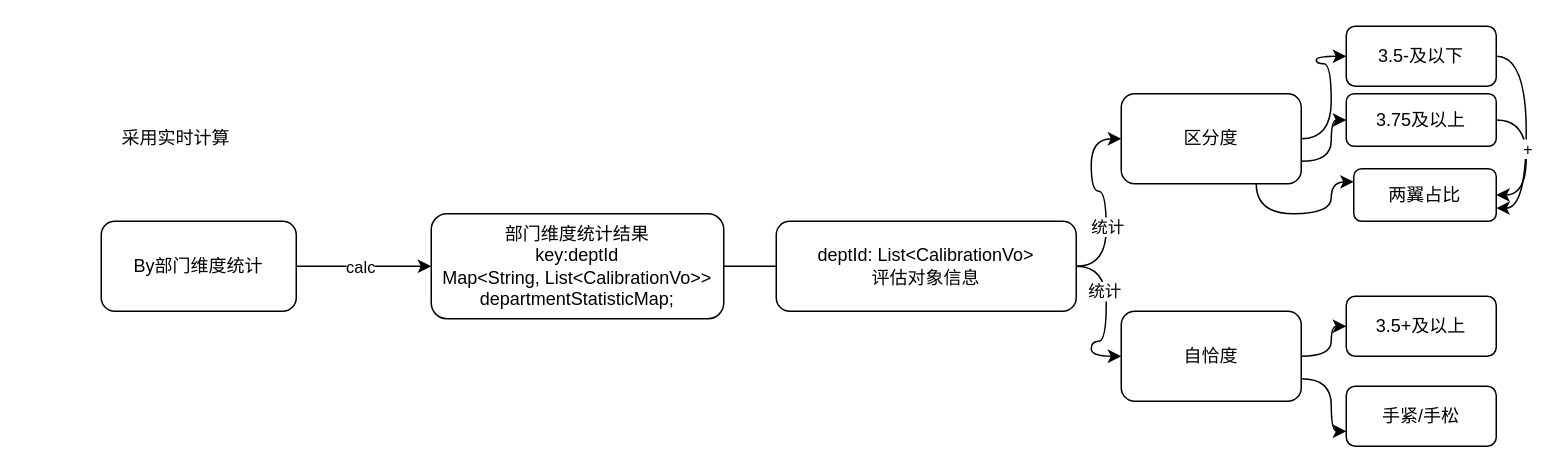
The draw.io diagram page "第 8 页" (8 of 8) of Untitled Diagram.drawio in JnCaoxia/java-learn, before the edit. Source tidied: cells renumbered, new cells numbered last; positions are measured from the earlier drawing's top-left corner, leaving out a move shared by most shapes. Both pictures are drawn from the tidied source at 150%, with x=0, y=0 at pixel (100, 26).
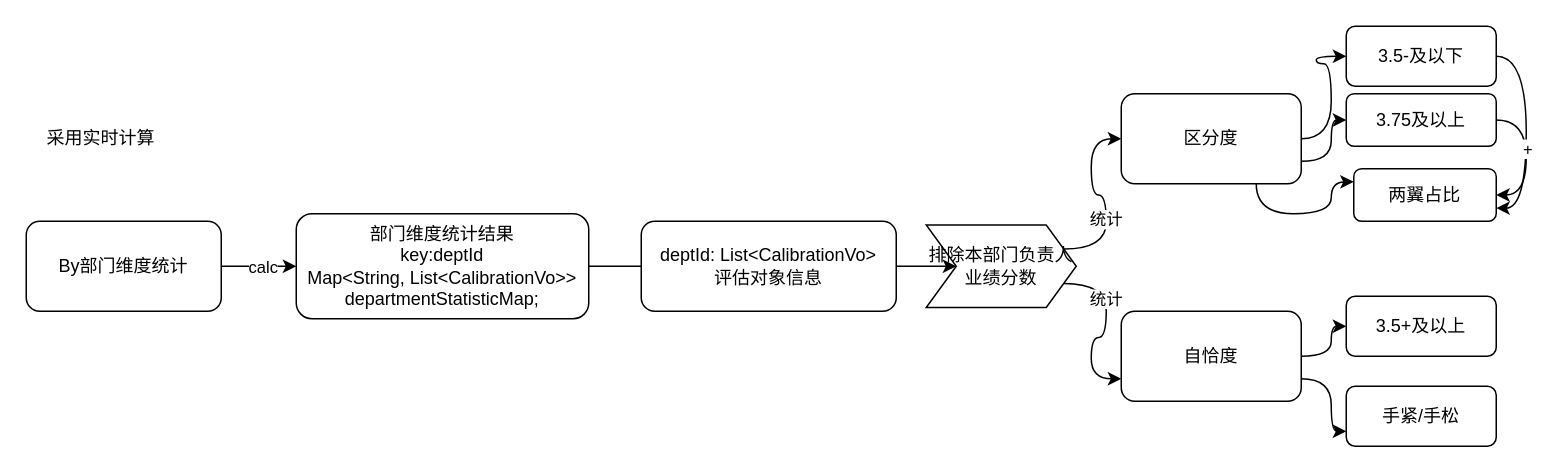
After the change.

Unchanged cells that the change refers to:
```xml
<mxCell id="16" value="区分度" style="rounded=1;whiteSpace=wrap;html=1;" parent="1" vertex="1">
  <mxGeometry x="680" y="45" width="120" height="60" as="geometry" />
</mxCell>
<mxCell id="19" value="自恰度" style="rounded=1;whiteSpace=wrap;html=1;" parent="1" vertex="1">
  <mxGeometry x="680" y="190" width="120" height="60" as="geometry" />
</mxCell>
```

Change to the diagram source:
```diff
@@
     <mxCell id="4" value="By部门维度统计" style="rounded=1;whiteSpace=wrap;html=1;" parent="1" vertex="1">
-      <mxGeometry y="130" width="130" height="60" as="geometry" />
+      <mxGeometry x="-50" y="130" width="130" height="60" as="geometry" />
     </mxCell>
     <mxCell id="5" style="edgeStyle=orthogonalEdgeStyle;rounded=0;jettySize=auto;html=1;exitX=1;exitY=0.5;exitDx=0;exitDy=0;" parent="1" edge="1" source="6">
       <mxGeometry relative="1" as="geometry">
-        <mxPoint x="460" y="160" as="targetPoint" />
+        <mxPoint x="370" y="160" as="targetPoint" />
       </mxGeometry>
     </mxCell>
     <mxCell id="6" value="部门维度统计结果&lt;br&gt;key:deptId&lt;br&gt;Map&amp;lt;String, List&amp;lt;CalibrationVo&amp;gt;&amp;gt; departmentStatisticMap;" style="whiteSpace=wrap;html=1;rounded=1;" parent="1" vertex="1">
-      <mxGeometry x="220" y="125" width="195" height="70" as="geometry" />
+      <mxGeometry x="130" y="125" width="195" height="70" as="geometry" />
     </mxCell>
-    <mxCell id="7" style="edgeStyle=orthogonalEdgeStyle;curved=1;rounded=0;jettySize=auto;html=1;exitX=1;exitY=0.5;exitDx=0;exitDy=0;entryX=0;entryY=0.5;entryDx=0;entryDy=0;" parent="1" edge="1" source="11" target="16">
-      <mxGeometry relative="1" as="geometry" />
-    </mxCell>
-    <mxCell id="8" value="统计" style="edgeLabel;html=1;align=center;verticalAlign=middle;" parent="7" vertex="1">
-      <mxGeometry x="-0.3" relative="1" as="geometry" />
-    </mxCell>
-    <mxCell id="9" style="edgeStyle=orthogonalEdgeStyle;curved=1;rounded=0;jettySize=auto;html=1;exitX=1;exitY=0.5;exitDx=0;exitDy=0;entryX=0;entryY=0.5;entryDx=0;entryDy=0;" parent="1" edge="1" source="11" target="19">
-      <mxGeometry relative="1" as="geometry" />
-    </mxCell>
-    <mxCell id="10" value="统计" style="edgeLabel;html=1;align=center;verticalAlign=middle;" parent="9" vertex="1">
-      <mxGeometry x="-0.35" y="-2" relative="1" as="geometry" />
-    </mxCell>
+    <mxCell id="28" style="edgeStyle=orthogonalEdgeStyle;curved=1;rounded=0;jettySize=auto;html=1;exitX=1;exitY=0.5;exitDx=0;exitDy=0;" parent="1" edge="1" source="11" target="33">
+      <mxGeometry relative="1" as="geometry" />
+    </mxCell>
     <mxCell id="11" value="deptId: List&amp;lt;CalibrationVo&amp;gt;&lt;br&gt;评估对象信息" style="rounded=1;whiteSpace=wrap;html=1;" parent="1" vertex="1">
-      <mxGeometry x="450" y="130" width="200" height="60" as="geometry" />
+      <mxGeometry x="360" y="130" width="170" height="60" as="geometry" />
     </mxCell>
     <mxCell id="12" value="采用实时计算" style="text;html=1;strokeColor=none;fillColor=none;align=center;verticalAlign=middle;whiteSpace=wrap;rounded=0;" parent="1" vertex="1">
-      <mxGeometry y="60" width="100" height="30" as="geometry" />
+      <mxGeometry x="-50" y="60" width="100" height="30" as="geometry" />
     </mxCell>
@@
+    <mxCell id="29" style="edgeStyle=orthogonalEdgeStyle;curved=1;rounded=0;jettySize=auto;html=1;exitX=1;exitY=0.25;exitDx=0;exitDy=0;entryX=0;entryY=0.5;entryDx=0;entryDy=0;" parent="1" edge="1" source="33" target="16">
+      <mxGeometry relative="1" as="geometry" />
+    </mxCell>
+    <mxCell id="30" value="统计" style="edgeLabel;html=1;align=center;verticalAlign=middle;" parent="29" vertex="1">
+      <mxGeometry x="-0.27" y="1" relative="1" as="geometry" />
+    </mxCell>
+    <mxCell id="31" style="edgeStyle=orthogonalEdgeStyle;curved=1;rounded=0;jettySize=auto;html=1;exitX=1;exitY=0.75;exitDx=0;exitDy=0;entryX=0;entryY=0.75;entryDx=0;entryDy=0;" parent="1" edge="1" source="33" target="19">
+      <mxGeometry relative="1" as="geometry" />
+    </mxCell>
+    <mxCell id="32" value="统计" style="edgeLabel;html=1;align=center;verticalAlign=middle;" parent="31" vertex="1">
+      <mxGeometry x="-0.37" y="-1" relative="1" as="geometry" />
+    </mxCell>
+    <mxCell id="33" value="排除本部门负责人业绩分数" style="shape=step;perimeter=stepPerimeter;whiteSpace=wrap;html=1;fixedSize=1;" parent="1" vertex="1">
+      <mxGeometry x="550" y="132.5" width="100" height="55" as="geometry" />
+    </mxCell>
```
